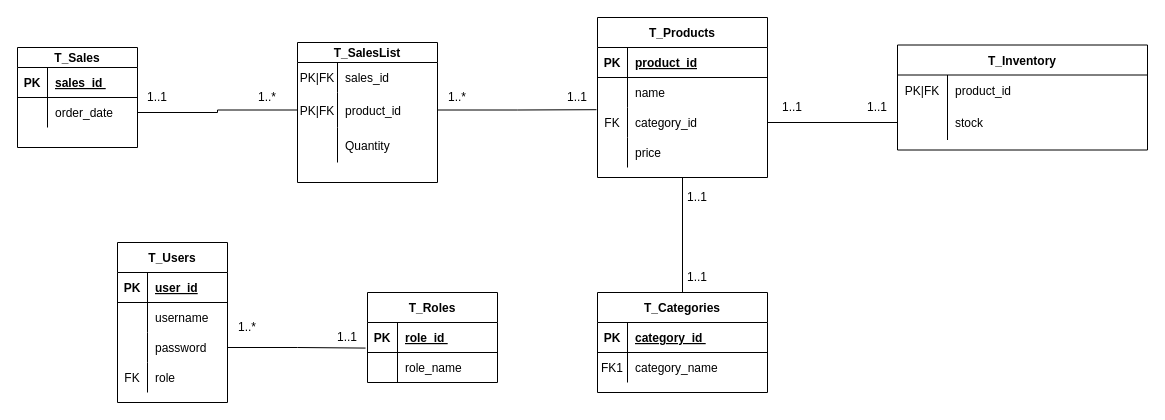
This is ERD.drawio from Jun-Wee/Sales-Reporting-and-Prediction-System, a draw.io file, before an edit. Source tidied: cells renumbered, new cells numbered last; positions are measured from the earlier drawing's top-left corner, leaving out a move shared by most shapes. Both pictures are drawn from the tidied source at 100%, with x=0, y=0 at pixel (17, 17).
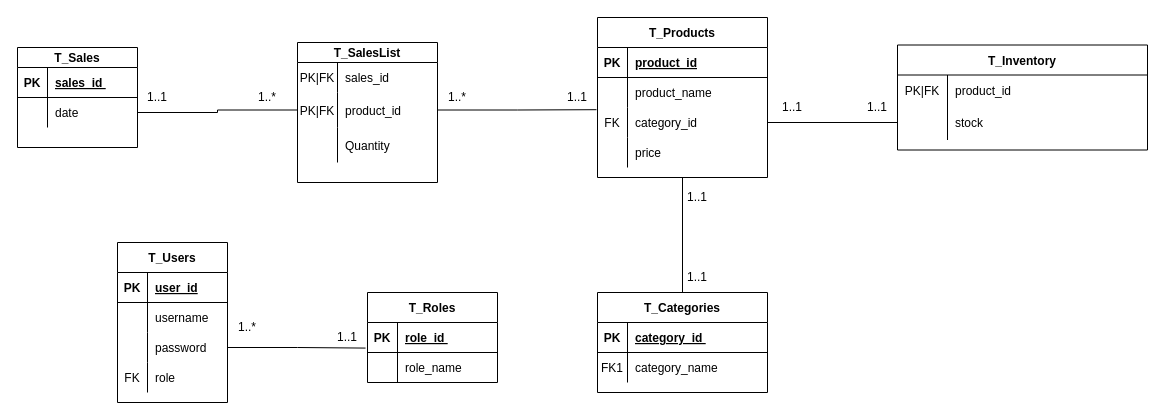
Above is the later version.

Commit message (it also covers changes not shown here):
updated ERD to reflect latest change

The change refers to these unchanged cells:
```xml
<mxCell id="6" style="shape=partialRectangle;fillColor=none;points=[[0,0.5],[1,0.5]];portConstraint=eastwest;top=0;left=0;right=0;bottom=0;" parent="2" vertex="1">
  <mxGeometry y="50" width="120" height="30" as="geometry" />
</mxCell>
<mxCell id="20" style="shape=partialRectangle;fillColor=none;points=[[0,0.5],[1,0.5]];portConstraint=eastwest;top=0;left=0;right=0;bottom=0;" parent="16" vertex="1">
  <mxGeometry y="60" width="170" height="30" as="geometry" />
</mxCell>
```

Diff of the diagram source:
```diff
@@
-    <mxCell id="8" value="order_date" style="shape=partialRectangle;overflow=hidden;fillColor=none;top=0;left=0;bottom=0;right=0;align=left;spacingLeft=6;" parent="6" vertex="1">
+    <mxCell id="8" value="date" style="shape=partialRectangle;overflow=hidden;fillColor=none;top=0;left=0;bottom=0;right=0;align=left;spacingLeft=6;" parent="6" vertex="1">
       <mxGeometry x="30" width="90" height="30" as="geometry" />
     </mxCell>
@@
-    <mxCell id="22" value="name" style="shape=partialRectangle;overflow=hidden;fillColor=none;top=0;left=0;bottom=0;right=0;align=left;spacingLeft=6;" parent="20" vertex="1">
+    <mxCell id="22" value="product_name" style="shape=partialRectangle;overflow=hidden;fillColor=none;top=0;left=0;bottom=0;right=0;align=left;spacingLeft=6;" parent="20" vertex="1">
       <mxGeometry x="30" width="140" height="30" as="geometry" />
     </mxCell>
```
